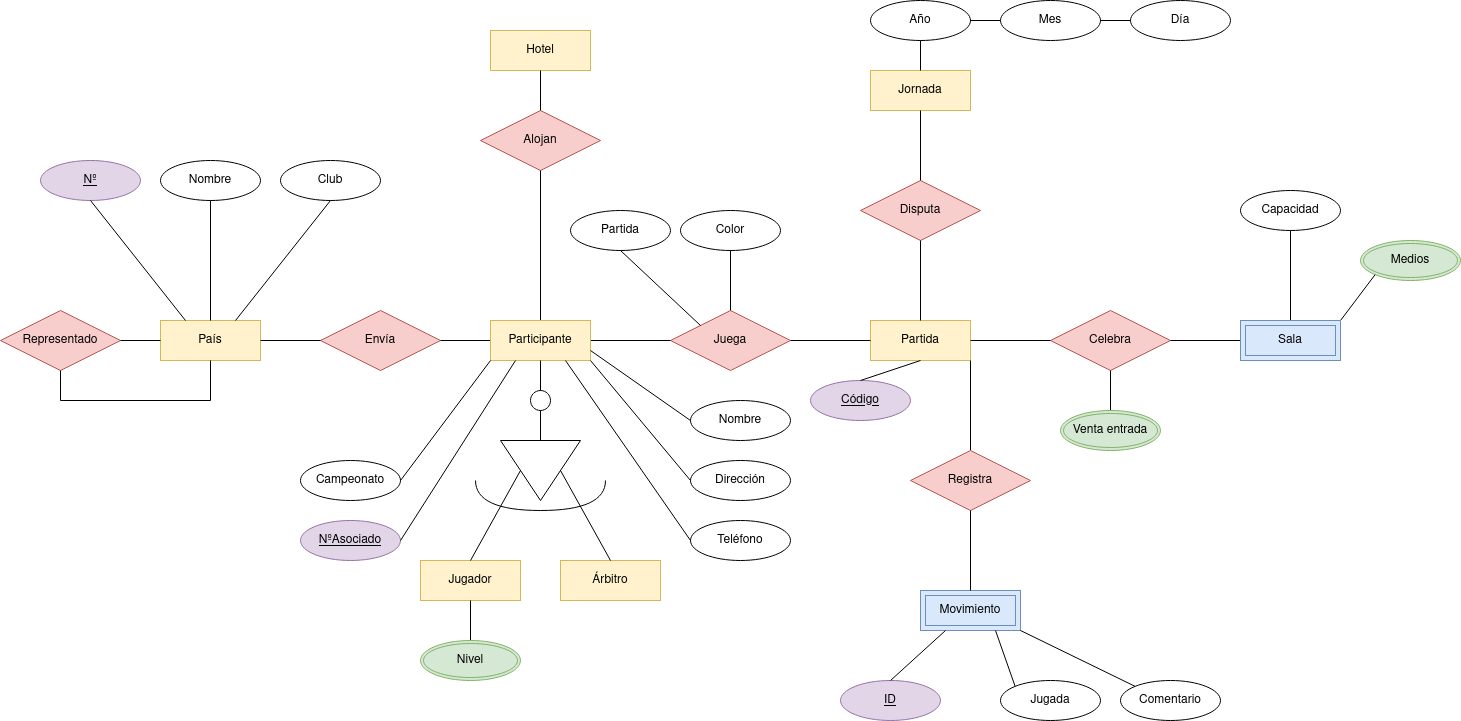
Earlier version of the draw.io export TAREAS/Tareas clase/E-R/E-R Campeonato del mundo ajedrez.drawio.png (samugd17/base-datos-bae-). Source tidied: cells renumbered, new cells last; positions are measured from the earlier drawing's top-left corner, leaving out a move shared by most shapes.
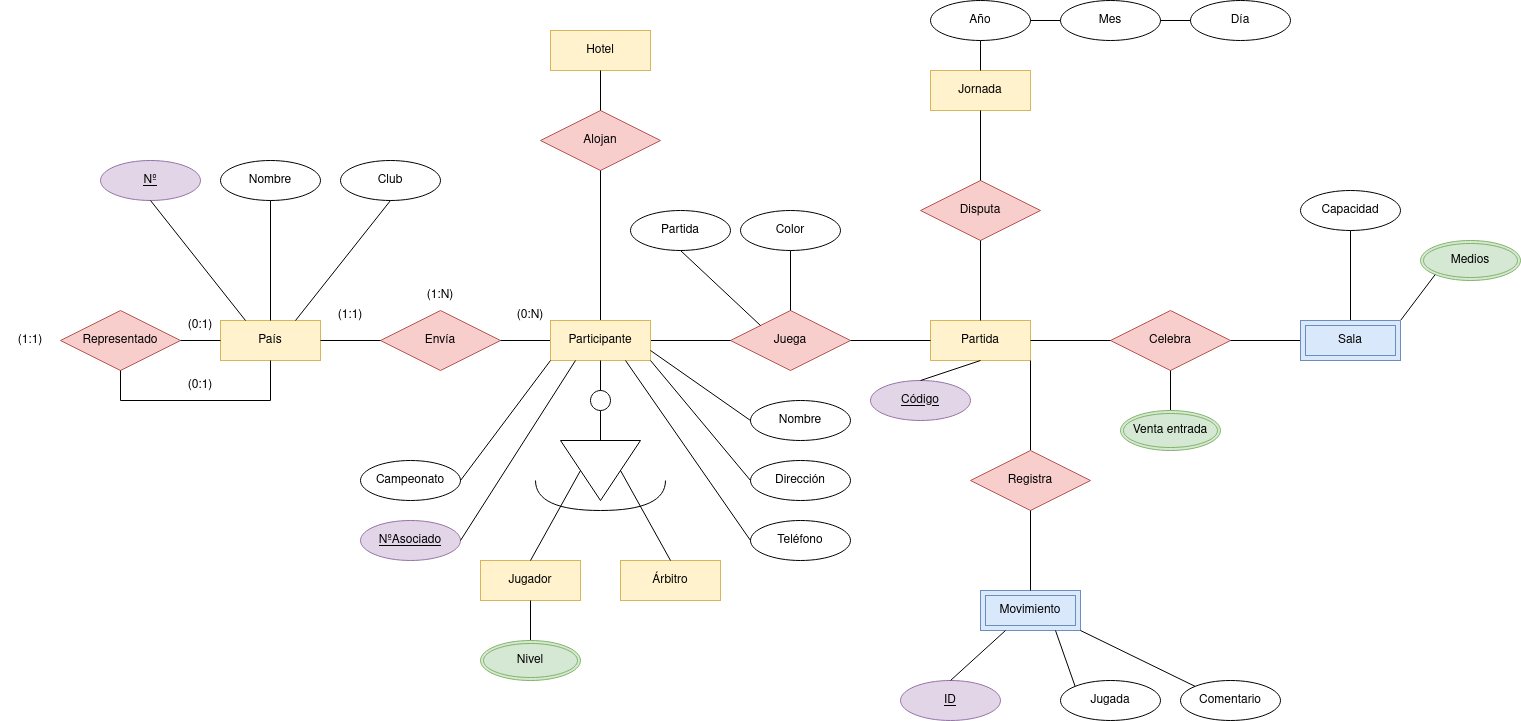
After the commit.

The edit, as a diff of the source:
```diff
@@ -244,5 +244,23 @@
     <mxCell id="80" style="endArrow=none;html=1;rounded=0;exitX=1;exitY=0.5;exitDx=0;exitDy=0;entryX=0;entryY=0.5;entryDx=0;entryDy=0;" parent="1" edge="1" source="9" target="4">
       <mxGeometry relative="1" as="geometry" />
     </mxCell>
+    <mxCell id="81" value="(0:N)" style="text;html=1;strokeColor=none;fillColor=none;align=center;verticalAlign=middle;whiteSpace=wrap;rounded=0;" parent="1" vertex="1">
+      <mxGeometry x="440" y="300" width="60" height="30" as="geometry" />
+    </mxCell>
+    <mxCell id="82" value="(1:1)" style="text;html=1;strokeColor=none;fillColor=none;align=center;verticalAlign=middle;whiteSpace=wrap;rounded=0;" parent="1" vertex="1">
+      <mxGeometry x="260" y="300" width="60" height="30" as="geometry" />
+    </mxCell>
+    <mxCell id="83" value="(1:N)" style="text;html=1;strokeColor=none;fillColor=none;align=center;verticalAlign=middle;whiteSpace=wrap;rounded=0;" parent="1" vertex="1">
+      <mxGeometry x="350" y="280" width="60" height="30" as="geometry" />
+    </mxCell>
+    <mxCell id="84" value="(0:1)" style="text;html=1;strokeColor=none;fillColor=none;align=center;verticalAlign=middle;whiteSpace=wrap;rounded=0;" parent="1" vertex="1">
+      <mxGeometry x="110" y="370" width="60" height="30" as="geometry" />
+    </mxCell>
+    <mxCell id="85" value="(0:1)" style="text;html=1;strokeColor=none;fillColor=none;align=center;verticalAlign=middle;whiteSpace=wrap;rounded=0;" parent="1" vertex="1">
+      <mxGeometry x="110" y="310" width="60" height="30" as="geometry" />
+    </mxCell>
+    <mxCell id="86" value="(1:1)" style="text;html=1;strokeColor=none;fillColor=none;align=center;verticalAlign=middle;whiteSpace=wrap;rounded=0;" parent="1" vertex="1">
+      <mxGeometry x="-60" y="325" width="60" height="30" as="geometry" />
+    </mxCell>
   </root>
 </mxGraphModel>
```
